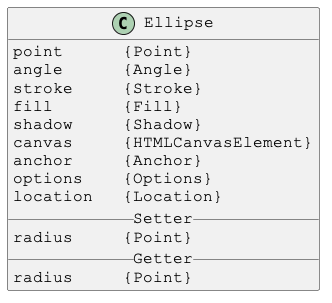
This is docs/PlantUml/image/Ellipse.png from Justin-Byrne/canvasLab, a PlantUML export, as it was before one commit.
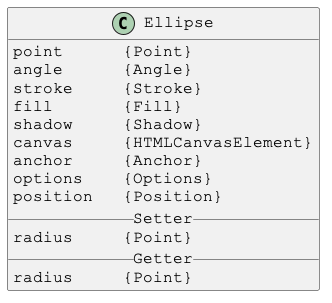
The same diagram one commit later.

The edit, as a diff of the source:
```diff
@@ -12,7 +12,7 @@
 canvas     {HTMLCanvasElement}
 anchor     {Anchor}
 options    {Options}
-location   {Location}
+position   {Position}
 __ Setter __
 radius     {Point}
 __ Getter __
```
